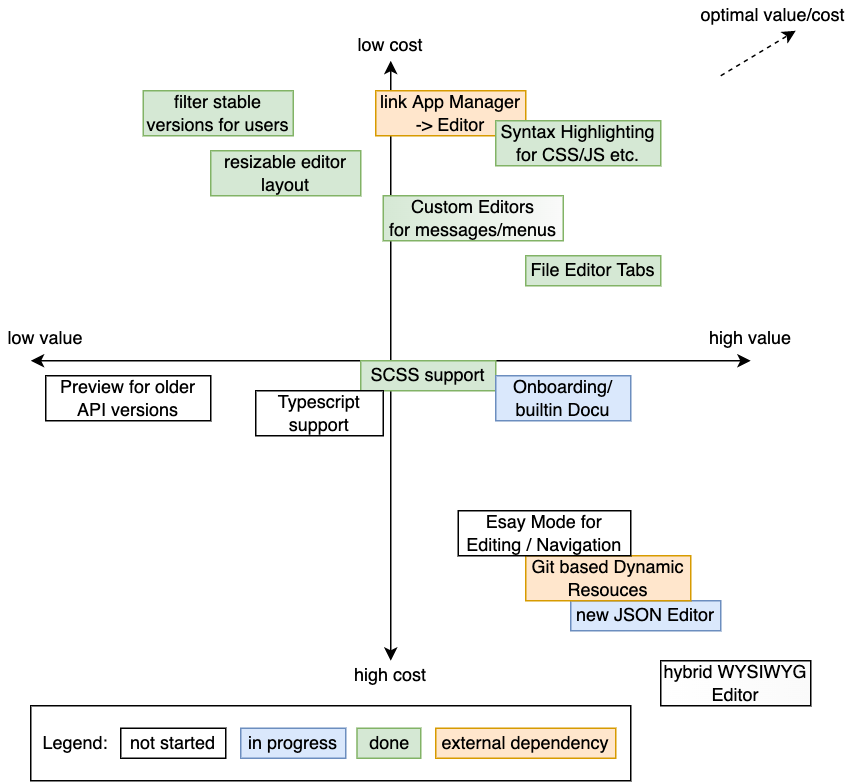
Earlier version of the draw.io export ba-text/pics/feature_cost_matrix.drawio.png (lokmeinmatz/ba-docs). Source tidied: cells renumbered, new cells last; positions are measured from the earlier drawing's top-left corner, leaving out a move shared by most shapes. The source it was exported from:
```xml
<mxGraphModel>
  <root>
    <mxCell id="0" />
    <mxCell id="1" parent="0" />
    <mxCell id="2" style="endArrow=classic;html=1;startArrow=classic;startFill=1;" parent="1" edge="1">
      <mxGeometry relative="1" as="geometry">
        <mxPoint x="20" y="240" as="sourcePoint" />
        <mxPoint x="500" y="240" as="targetPoint" />
      </mxGeometry>
    </mxCell>
    <mxCell id="3" value="high value" style="text;html=1;strokeColor=none;fillColor=none;align=center;verticalAlign=middle;whiteSpace=wrap;rounded=0;" parent="1" vertex="1">
      <mxGeometry x="470" y="210" width="60" height="30" as="geometry" />
    </mxCell>
    <mxCell id="4" style="endArrow=classic;html=1;startArrow=classic;startFill=1;" parent="1" edge="1">
      <mxGeometry relative="1" as="geometry">
        <mxPoint x="260" y="40" as="sourcePoint" />
        <mxPoint x="260" y="440" as="targetPoint" />
      </mxGeometry>
    </mxCell>
    <mxCell id="5" value="low value" style="text;html=1;strokeColor=none;fillColor=none;align=center;verticalAlign=middle;whiteSpace=wrap;rounded=0;" parent="1" vertex="1">
      <mxGeometry y="210" width="60" height="30" as="geometry" />
    </mxCell>
    <mxCell id="6" value="low cost" style="text;html=1;strokeColor=none;fillColor=none;align=center;verticalAlign=middle;whiteSpace=wrap;rounded=0;" parent="1" vertex="1">
      <mxGeometry x="230" y="20" width="60" height="20" as="geometry" />
    </mxCell>
    <mxCell id="7" value="high cost" style="text;html=1;strokeColor=none;fillColor=none;align=center;verticalAlign=middle;whiteSpace=wrap;rounded=0;" parent="1" vertex="1">
      <mxGeometry x="230" y="440" width="60" height="20" as="geometry" />
    </mxCell>
    <mxCell id="8" value="optimal value/cost" style="text;html=1;strokeColor=none;fillColor=none;align=center;verticalAlign=middle;whiteSpace=wrap;rounded=0;" parent="1" vertex="1">
      <mxGeometry x="460" width="110" height="20" as="geometry" />
    </mxCell>
    <mxCell id="9" style="endArrow=classic;html=1;dashed=1;" parent="1" edge="1">
      <mxGeometry relative="1" as="geometry">
        <mxPoint x="480" y="50" as="sourcePoint" />
        <mxPoint x="530" y="20" as="targetPoint" />
      </mxGeometry>
    </mxCell>
    <mxCell id="10" value="filter stable versions for users" style="rounded=0;whiteSpace=wrap;html=1;fillColor=#d5e8d4;strokeColor=#82b366;" parent="1" vertex="1">
      <mxGeometry x="95" y="60" width="100" height="30" as="geometry" />
    </mxCell>
    <mxCell id="11" value="resizable editor layout" style="rounded=0;whiteSpace=wrap;html=1;fillColor=#d5e8d4;strokeColor=#82b366;" parent="1" vertex="1">
      <mxGeometry x="140" y="100" width="100" height="30" as="geometry" />
    </mxCell>
    <mxCell id="12" value="link App Manager -&amp;gt; Editor" style="rounded=0;whiteSpace=wrap;html=1;fillColor=#ffe6cc;strokeColor=#d79b00;" parent="1" vertex="1">
      <mxGeometry x="250" y="60" width="100" height="30" as="geometry" />
    </mxCell>
    <mxCell id="13" value="SCSS support" style="rounded=0;whiteSpace=wrap;html=1;fillColor=#d5e8d4;strokeColor=#82b366;" parent="1" vertex="1">
      <mxGeometry x="240" y="240" width="90" height="20" as="geometry" />
    </mxCell>
    <mxCell id="14" value="new JSON Editor" style="rounded=0;whiteSpace=wrap;html=1;fillColor=#dae8fc;strokeColor=#6c8ebf;" parent="1" vertex="1">
      <mxGeometry x="380" y="400" width="100" height="20" as="geometry" />
    </mxCell>
    <mxCell id="15" value="Git based Dynamic Resouces" style="rounded=0;whiteSpace=wrap;html=1;fillColor=#ffe6cc;strokeColor=#d79b00;" parent="1" vertex="1">
      <mxGeometry x="350" y="370" width="110" height="30" as="geometry" />
    </mxCell>
    <mxCell id="16" value="Onboarding/&lt;br&gt;builtin Docu" style="rounded=0;whiteSpace=wrap;html=1;fillColor=#dae8fc;strokeColor=#6c8ebf;" parent="1" vertex="1">
      <mxGeometry x="330" y="250" width="90" height="30" as="geometry" />
    </mxCell>
    <mxCell id="17" value="Preview for older API versions" style="rounded=0;whiteSpace=wrap;html=1;" parent="1" vertex="1">
      <mxGeometry x="30" y="250" width="110" height="30" as="geometry" />
    </mxCell>
    <mxCell id="18" value="Typescript support" style="rounded=0;whiteSpace=wrap;html=1;" parent="1" vertex="1">
      <mxGeometry x="170" y="260" width="85" height="30" as="geometry" />
    </mxCell>
    <mxCell id="19" value="File Editor Tabs" style="rounded=0;whiteSpace=wrap;html=1;fillColor=#d5e8d4;strokeColor=#82b366;" parent="1" vertex="1">
      <mxGeometry x="350" y="170" width="90" height="20" as="geometry" />
    </mxCell>
    <mxCell id="20" value="Custom Editors&lt;br&gt;for messages/menus" style="rounded=0;whiteSpace=wrap;html=1;fillColor=#d5e8d4;strokeColor=#82b366;gradientColor=#FAFAFA;gradientDirection=east;" parent="1" vertex="1">
      <mxGeometry x="255" y="130" width="120" height="30" as="geometry" />
    </mxCell>
    <mxCell id="21" value="Esay Mode for Editing / Navigation" style="rounded=0;whiteSpace=wrap;html=1;" parent="1" vertex="1">
      <mxGeometry x="305" y="340" width="115" height="30" as="geometry" />
    </mxCell>
    <mxCell id="22" value="Syntax Highlighting for CSS/JS etc." style="rounded=0;whiteSpace=wrap;html=1;fillColor=#d5e8d4;strokeColor=#82b366;" parent="1" vertex="1">
      <mxGeometry x="330" y="80" width="110" height="30" as="geometry" />
    </mxCell>
    <mxCell id="23" value="hybrid WYSIWYG&lt;br&gt;Editor" style="rounded=0;whiteSpace=wrap;html=1;gradientColor=#FAFAFA;gradientDirection=east;" parent="1" vertex="1">
      <mxGeometry x="440" y="440" width="100" height="30" as="geometry" />
    </mxCell>
    <mxCell id="24" value="in progress" style="rounded=0;whiteSpace=wrap;html=1;fillColor=#dae8fc;strokeColor=#6c8ebf;" parent="1" vertex="1">
      <mxGeometry x="160" y="485" width="70" height="20" as="geometry" />
    </mxCell>
    <mxCell id="25" value="Legend:" style="text;html=1;strokeColor=none;fillColor=none;align=center;verticalAlign=middle;whiteSpace=wrap;rounded=0;" parent="1" vertex="1">
      <mxGeometry x="20" y="480" width="60" height="30" as="geometry" />
    </mxCell>
    <mxCell id="26" value="done" style="rounded=0;whiteSpace=wrap;html=1;fillColor=#d5e8d4;strokeColor=#82b366;" parent="1" vertex="1">
      <mxGeometry x="237.5" y="485" width="42.5" height="20" as="geometry" />
    </mxCell>
    <mxCell id="27" value="external dependency" style="rounded=0;whiteSpace=wrap;html=1;fillColor=#ffe6cc;strokeColor=#d79b00;" parent="1" vertex="1">
      <mxGeometry x="290" y="485" width="120" height="20" as="geometry" />
    </mxCell>
    <mxCell id="28" value="not started" style="rounded=0;whiteSpace=wrap;html=1;" parent="1" vertex="1">
      <mxGeometry x="80" y="485" width="70" height="20" as="geometry" />
    </mxCell>
    <mxCell id="29" style="rounded=0;whiteSpace=wrap;html=1;fillColor=none;" parent="1" vertex="1">
      <mxGeometry x="20" y="470" width="400" height="50" as="geometry" />
    </mxCell>
  </root>
</mxGraphModel>
```
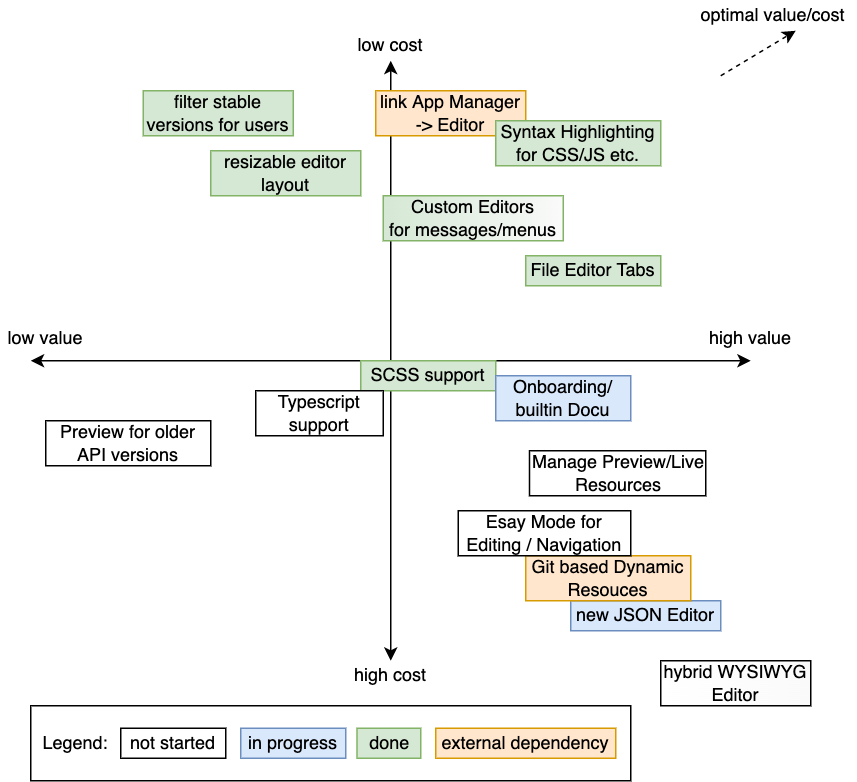
The same diagram one commit later.

The edit, as a diff of the source:
```diff
@@ -57,7 +57,7 @@
       <mxGeometry x="330" y="250" width="90" height="30" as="geometry" />
     </mxCell>
     <mxCell id="17" value="Preview for older API versions" style="rounded=0;whiteSpace=wrap;html=1;" parent="1" vertex="1">
-      <mxGeometry x="30" y="250" width="110" height="30" as="geometry" />
+      <mxGeometry x="30" y="280" width="110" height="30" as="geometry" />
     </mxCell>
     <mxCell id="18" value="Typescript support" style="rounded=0;whiteSpace=wrap;html=1;" parent="1" vertex="1">
       <mxGeometry x="170" y="260" width="85" height="30" as="geometry" />
@@ -95,5 +95,8 @@
     <mxCell id="29" style="rounded=0;whiteSpace=wrap;html=1;fillColor=none;" parent="1" vertex="1">
       <mxGeometry x="20" y="470" width="400" height="50" as="geometry" />
     </mxCell>
+    <mxCell id="30" value="Manage Preview/Live Resources" style="rounded=0;whiteSpace=wrap;html=1;" parent="1" vertex="1">
+      <mxGeometry x="352.5" y="300" width="117.5" height="30" as="geometry" />
+    </mxCell>
   </root>
 </mxGraphModel>
```
